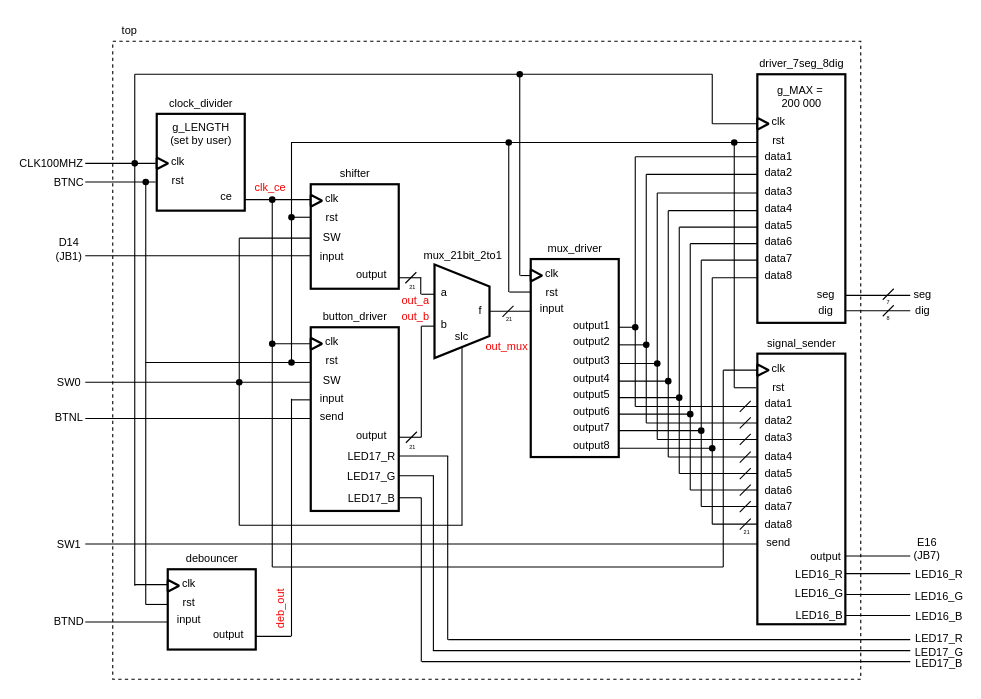
Above: img/MAIN.drawio in dmitrii-semenov/morse-coder-decoder (draw.io), before the change. Source tidied: cells renumbered, new cells numbered last; positions are measured from the earlier drawing's top-left corner, leaving out a move shared by most shapes. Both pictures are drawn from the tidied source at 110%, with x=0, y=0 at pixel (34, 19).
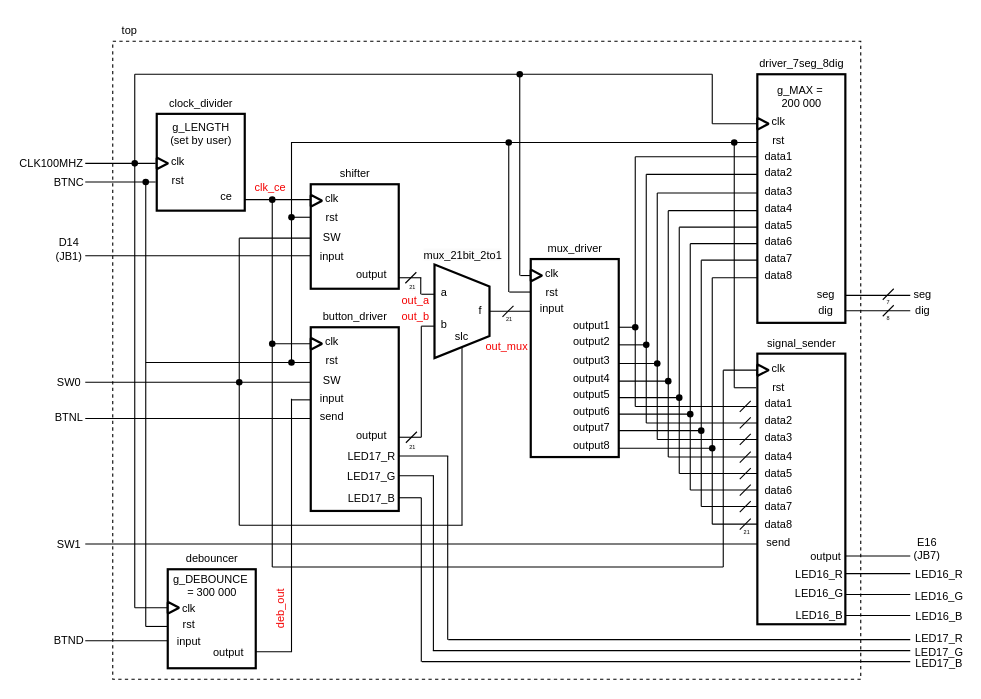
Above is the later version.

Diff of the diagram source:
```diff
@@
     <mxCell id="131" style="line;strokeWidth=1;direction=south;html=1;rounded=0;strokeColor=default;fontFamily=Helvetica;fontSize=12;fontColor=default;fillColor=none;gradientColor=default;" parent="1" vertex="1">
-      <mxGeometry x="86" y="50" width="10" height="465" as="geometry" />
+      <mxGeometry x="86" y="50" width="10" height="485" as="geometry" />
     </mxCell>
@@
     <mxCell id="140" style="line;strokeWidth=1;html=1;" parent="1" vertex="1">
-      <mxGeometry x="46" y="543" width="75" height="10" as="geometry" />
+      <mxGeometry x="46" y="560" width="75" height="10" as="geometry" />
     </mxCell>
@@
     <mxCell id="144" style="line;strokeWidth=1;direction=south;html=1;rounded=0;strokeColor=default;fontFamily=Helvetica;fontSize=12;fontColor=default;fillColor=none;gradientColor=default;" parent="1" vertex="1">
-      <mxGeometry x="96" y="149" width="10" height="383" as="geometry" />
+      <mxGeometry x="96" y="149" width="10" height="403" as="geometry" />
     </mxCell>
@@
     <mxCell id="220" value="BTND" style="text;strokeColor=none;fillColor=none;html=1;fontSize=10;fontStyle=0;verticalAlign=middle;align=center;" parent="1" vertex="1">
-      <mxGeometry x="16" y="542" width="30" height="10" as="geometry" />
+      <mxGeometry x="16" y="559" width="30" height="10" as="geometry" />
     </mxCell>
@@
     <mxCell id="248" style="group;" parent="1" vertex="1">
-      <mxGeometry x="121" y="480" width="80" height="93" as="geometry" />
+      <mxGeometry x="121" y="480" width="80" height="110" as="geometry" />
     </mxCell>
     <mxCell id="249" style="whiteSpace=wrap;html=1;strokeWidth=2;" parent="248" vertex="1">
-      <mxGeometry y="20" width="80" height="73" as="geometry" />
+      <mxGeometry y="20" width="80" height="90" as="geometry" />
     </mxCell>
     <mxCell id="250" value="clk" style="text;strokeColor=none;fillColor=none;html=1;fontSize=10;fontStyle=0;verticalAlign=middle;align=center;" parent="248" vertex="1">
-      <mxGeometry x="4" y="23" width="30" height="20" as="geometry" />
+      <mxGeometry x="4" y="45" width="30" height="20" as="geometry" />
     </mxCell>
     <mxCell id="251" style="strokeWidth=2;html=1;shape=mxgraph.flowchart.extract_or_measurement;whiteSpace=wrap;rotation=90;" parent="248" vertex="1">
-      <mxGeometry y="30" width="10" height="10" as="geometry" />
+      <mxGeometry y="50" width="10" height="10" as="geometry" />
     </mxCell>
     <mxCell id="252" value="rst" style="text;strokeColor=none;fillColor=none;html=1;fontSize=10;fontStyle=0;verticalAlign=middle;align=center;" parent="248" vertex="1">
-      <mxGeometry x="4" y="40" width="30" height="20" as="geometry" />
+      <mxGeometry x="4" y="60" width="30" height="20" as="geometry" />
     </mxCell>
     <mxCell id="253" value="input" style="text;strokeColor=none;fillColor=none;html=1;fontSize=10;fontStyle=0;verticalAlign=middle;align=center;" parent="248" vertex="1">
-      <mxGeometry x="4" y="60" width="30" height="10" as="geometry" />
+      <mxGeometry x="4" y="80" width="30" height="10" as="geometry" />
     </mxCell>
@@
     <mxCell id="255" value="output" style="text;strokeColor=none;fillColor=none;html=1;fontSize=10;fontStyle=0;verticalAlign=middle;align=center;" parent="248" vertex="1">
-      <mxGeometry x="40" y="74" width="30" height="10" as="geometry" />
+      <mxGeometry x="40" y="90" width="30" height="10" as="geometry" />
     </mxCell>
@@
+    <mxCell id="265" value="g_DEBOUNCE&amp;nbsp;&lt;br&gt;= 300 000" style="text;strokeColor=none;fillColor=none;html=1;fontSize=10;fontStyle=0;verticalAlign=middle;align=center;" parent="248" vertex="1">
+      <mxGeometry x="25" y="25" width="30" height="20" as="geometry" />
+    </mxCell>
     <mxCell id="257" style="line;strokeWidth=1;html=1;" parent="1" vertex="1">
-      <mxGeometry x="101" y="527" width="20" height="10" as="geometry" />
+      <mxGeometry x="101" y="547" width="20" height="10" as="geometry" />
     </mxCell>
     <mxCell id="258" style="line;strokeWidth=1;html=1;" parent="1" vertex="1">
-      <mxGeometry x="91" y="509" width="30" height="10" as="geometry" />
+      <mxGeometry x="91" y="530" width="30" height="10" as="geometry" />
     </mxCell>
     <mxCell id="259" style="line;strokeWidth=1;direction=south;html=1;rounded=0;strokeColor=default;fontFamily=Helvetica;fontSize=12;fontColor=default;fillColor=none;gradientColor=default;" parent="1" vertex="1">
-      <mxGeometry x="228.5" y="345" width="10" height="216" as="geometry" />
+      <mxGeometry x="228.5" y="345" width="10" height="230" as="geometry" />
     </mxCell>
     <mxCell id="260" style="line;strokeWidth=1;html=1;" parent="1" vertex="1">
-      <mxGeometry x="201" y="556" width="32" height="10" as="geometry" />
+      <mxGeometry x="201" y="570" width="33" height="10" as="geometry" />
     </mxCell>
```
